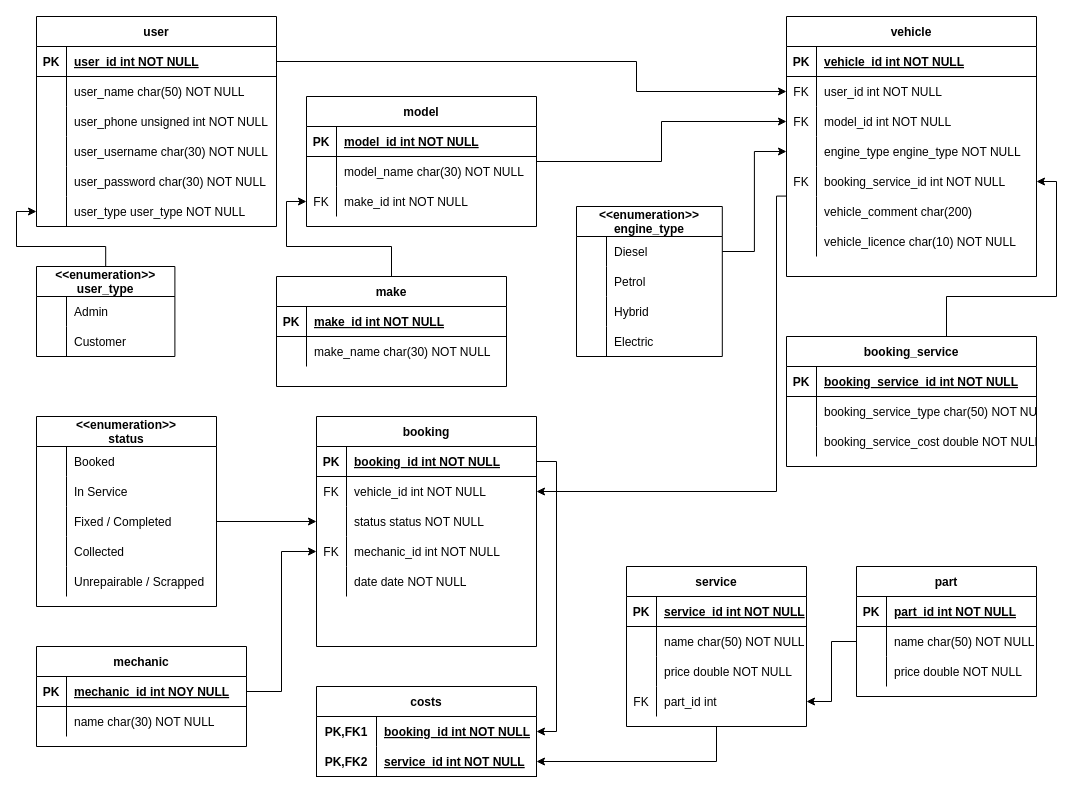
This is GerGarageDB.drawio from willaleksander/GerGarage, a draw.io file, before an edit. Source tidied: cells renumbered, new cells numbered last; positions are measured from the earlier drawing's top-left corner, leaving out a move shared by most shapes. Both pictures are drawn from the tidied source at 100%, with x=0, y=0 at pixel (36, 16).
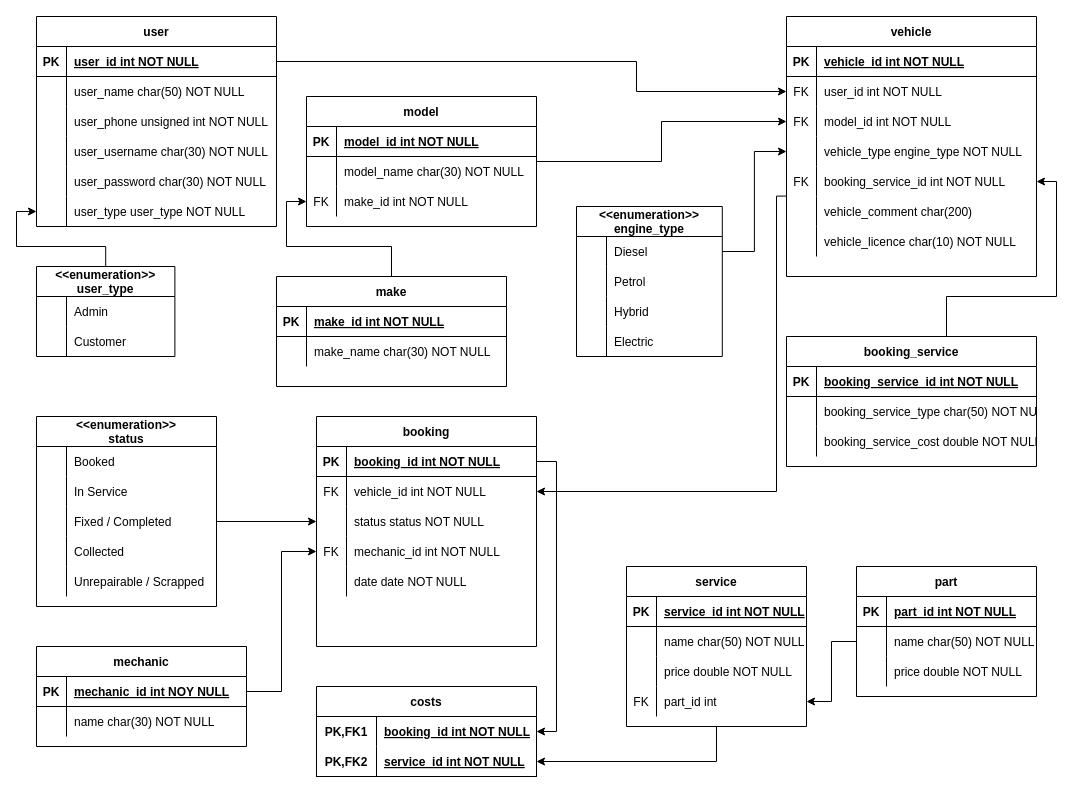
The same diagram, later.

The change refers to these unchanged cells:
```xml
<mxCell id="13" style="shape=partialRectangle;fillColor=none;points=[[0,0.5],[1,0.5]];portConstraint=eastwest;top=0;left=0;right=0;bottom=0;" parent="3" vertex="1">
  <mxGeometry y="120" width="250" height="30" as="geometry" />
</mxCell>
```

The edit, as a diff of the source:
```diff
@@
-    <mxCell id="15" value="engine_type engine_type NOT NULL" style="shape=partialRectangle;overflow=hidden;fillColor=none;top=0;left=0;bottom=0;right=0;align=left;spacingLeft=6;" parent="13" vertex="1">
+    <mxCell id="15" value="vehicle_type engine_type NOT NULL" style="shape=partialRectangle;overflow=hidden;fillColor=none;top=0;left=0;bottom=0;right=0;align=left;spacingLeft=6;" parent="13" vertex="1">
       <mxGeometry x="30" width="220" height="30" as="geometry" />
     </mxCell>
```
